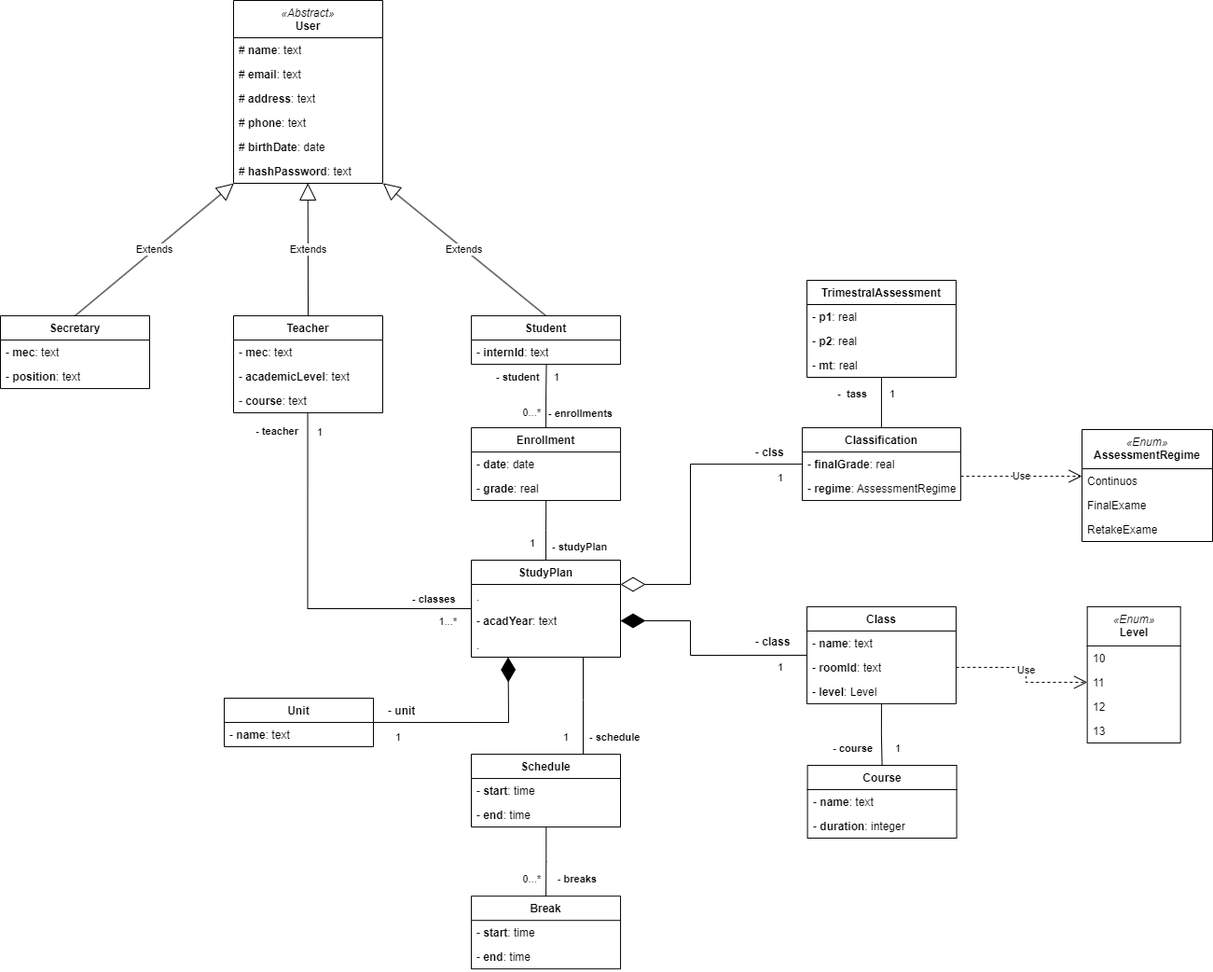
This is documentation/data-model.drawio.png from Joaquim-Claudio/Imptel-Online_P.D.S-2024-2025, a draw.io export, as it was before one commit. Source tidied: cells renumbered, new cells last; positions are measured from the earlier drawing's top-left corner, leaving out a move shared by most shapes.
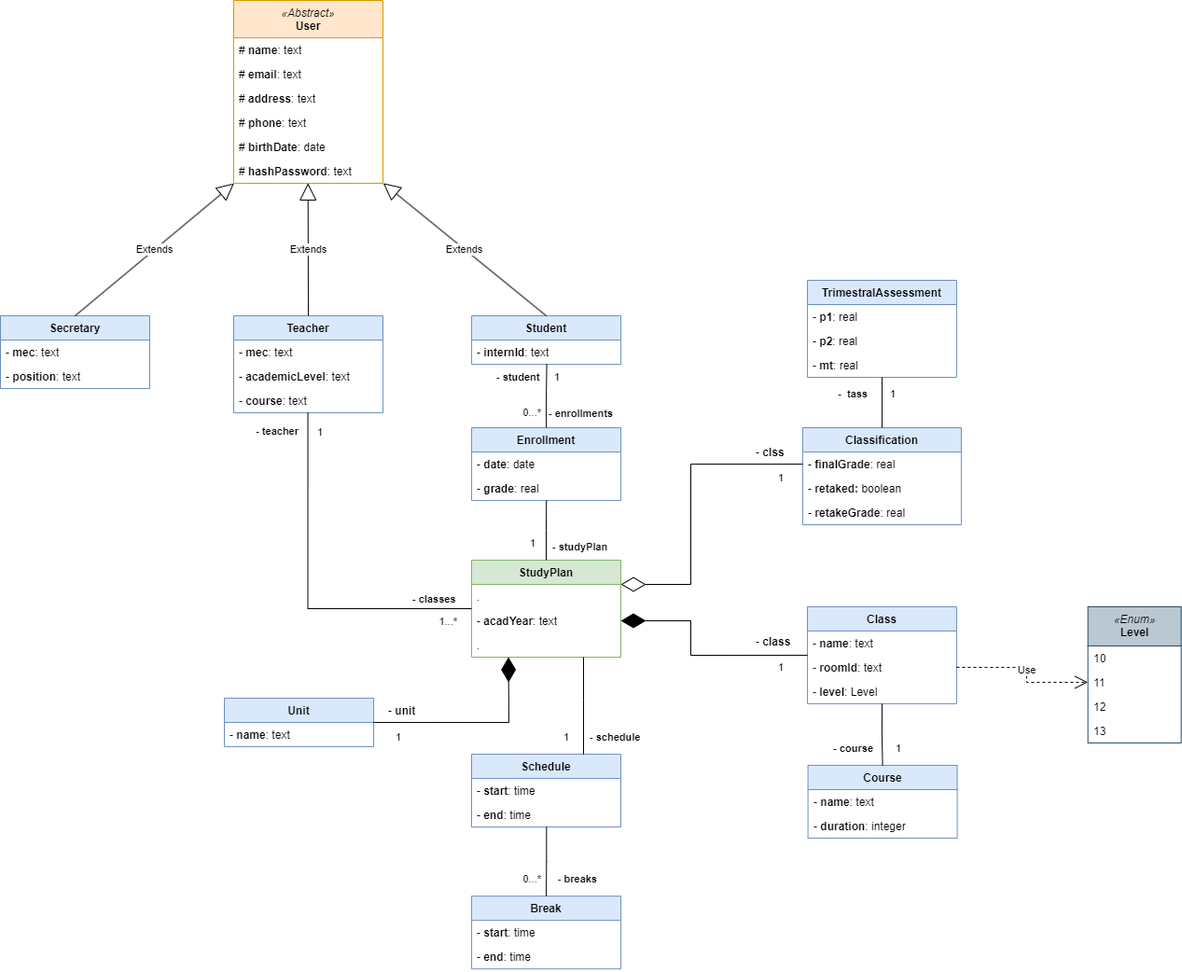
After the commit.

Commit message:
Arquitecture design added.

Diff of the diagram source:
```diff
@@ -2,7 +2,7 @@
   <root>
     <mxCell id="0" />
     <mxCell id="1" parent="0" />
-    <mxCell id="2" value="&lt;div&gt;&lt;i style=&quot;font-weight: normal;&quot;&gt;«Abstract»&lt;/i&gt;&lt;/div&gt;User" style="swimlane;fontStyle=1;align=center;verticalAlign=top;horizontal=1;startSize=40;whiteSpace=wrap;html=1;" parent="1" vertex="1">
+    <mxCell id="2" value="&lt;div&gt;&lt;i style=&quot;font-weight: normal;&quot;&gt;«Abstract»&lt;/i&gt;&lt;/div&gt;User" style="swimlane;fontStyle=1;align=center;verticalAlign=top;horizontal=1;startSize=40;whiteSpace=wrap;html=1;fillColor=#ffe6cc;strokeColor=#d79b00;" parent="1" vertex="1">
       <mxGeometry x="250" width="160" height="196" as="geometry" />
     </mxCell>
     <mxCell id="3" value="# &lt;b&gt;name&lt;/b&gt;: text" style="text;strokeColor=none;fillColor=none;align=left;verticalAlign=top;spacingLeft=4;spacingRight=4;overflow=hidden;whiteSpace=wrap;html=1;" parent="2" vertex="1">
@@ -23,7 +23,7 @@
     <mxCell id="8" value="# &lt;b&gt;hashPassword&lt;/b&gt;: text" style="text;strokeColor=none;fillColor=none;align=left;verticalAlign=top;spacingLeft=4;spacingRight=4;overflow=hidden;points=[[0,0.5],[1,0.5]];portConstraint=eastwest;whiteSpace=wrap;html=1;" parent="2" vertex="1">
       <mxGeometry y="170" width="160" height="26" as="geometry" />
     </mxCell>
-    <mxCell id="9" value="Secretary" style="swimlane;fontStyle=1;align=center;verticalAlign=top;horizontal=1;startSize=26;whiteSpace=wrap;html=1;" parent="1" vertex="1">
+    <mxCell id="9" value="Secretary" style="swimlane;fontStyle=1;align=center;verticalAlign=top;horizontal=1;startSize=26;whiteSpace=wrap;html=1;fillColor=#dae8fc;strokeColor=#6c8ebf;" parent="1" vertex="1">
       <mxGeometry y="338.1" width="160" height="78" as="geometry" />
     </mxCell>
     <mxCell id="10" value="- &lt;b&gt;mec&lt;/b&gt;: text" style="text;strokeColor=none;fillColor=none;align=left;verticalAlign=top;spacingLeft=4;spacingRight=4;overflow=hidden;whiteSpace=wrap;html=1;" parent="9" vertex="1">
@@ -32,13 +32,13 @@
     <mxCell id="11" value="- &lt;b&gt;position&lt;/b&gt;: text" style="text;strokeColor=none;fillColor=none;align=left;verticalAlign=top;spacingLeft=4;spacingRight=4;overflow=hidden;whiteSpace=wrap;html=1;" parent="9" vertex="1">
       <mxGeometry y="52" width="160" height="26" as="geometry" />
     </mxCell>
-    <mxCell id="12" value="Student" style="swimlane;fontStyle=1;align=center;verticalAlign=top;horizontal=1;startSize=26;whiteSpace=wrap;html=1;" parent="1" vertex="1">
+    <mxCell id="12" value="Student" style="swimlane;fontStyle=1;align=center;verticalAlign=top;horizontal=1;startSize=26;whiteSpace=wrap;html=1;fillColor=#dae8fc;strokeColor=#6c8ebf;" parent="1" vertex="1">
       <mxGeometry x="505.1" y="338.1" width="160" height="52" as="geometry" />
     </mxCell>
     <mxCell id="13" value="-&lt;b&gt; internId&lt;/b&gt;: text" style="text;strokeColor=none;fillColor=none;align=left;verticalAlign=top;spacingLeft=4;spacingRight=4;overflow=hidden;whiteSpace=wrap;html=1;" parent="12" vertex="1">
       <mxGeometry y="26" width="160" height="26" as="geometry" />
     </mxCell>
-    <mxCell id="14" value="Teacher" style="swimlane;fontStyle=1;align=center;verticalAlign=top;horizontal=1;startSize=26;whiteSpace=wrap;html=1;" parent="1" vertex="1">
+    <mxCell id="14" value="Teacher" style="swimlane;fontStyle=1;align=center;verticalAlign=top;horizontal=1;startSize=26;whiteSpace=wrap;html=1;fillColor=#dae8fc;strokeColor=#6c8ebf;" parent="1" vertex="1">
       <mxGeometry x="250" y="338.1" width="160" height="104" as="geometry" />
     </mxCell>
     <mxCell id="15" value="- &lt;b&gt;mec&lt;/b&gt;: text&amp;nbsp;" style="text;strokeColor=none;fillColor=none;align=left;verticalAlign=top;spacingLeft=4;spacingRight=4;overflow=hidden;whiteSpace=wrap;html=1;" parent="14" vertex="1">
@@ -50,7 +50,7 @@
     <mxCell id="17" value="- &lt;b&gt;course&lt;/b&gt;: text&amp;nbsp;" style="text;strokeColor=none;fillColor=none;align=left;verticalAlign=top;spacingLeft=4;spacingRight=4;overflow=hidden;points=[[0,0.5],[1,0.5]];portConstraint=eastwest;whiteSpace=wrap;html=1;" parent="14" vertex="1">
       <mxGeometry y="78" width="160" height="26" as="geometry" />
     </mxCell>
-    <mxCell id="18" value="StudyPlan" style="swimlane;fontStyle=1;align=center;verticalAlign=top;horizontal=1;startSize=26;whiteSpace=wrap;html=1;" parent="1" vertex="1">
+    <mxCell id="18" value="StudyPlan" style="swimlane;fontStyle=1;align=center;verticalAlign=top;horizontal=1;startSize=26;whiteSpace=wrap;html=1;fillColor=#d5e8d4;strokeColor=#82b366;" parent="1" vertex="1">
       <mxGeometry x="505" y="600" width="160" height="104" as="geometry" />
     </mxCell>
     <mxCell id="19" value="." style="text;strokeColor=none;fillColor=none;align=left;verticalAlign=top;spacingLeft=4;spacingRight=4;overflow=hidden;whiteSpace=wrap;html=1;" parent="18" vertex="1">
@@ -62,7 +62,7 @@
     <mxCell id="21" value="." style="text;strokeColor=none;fillColor=none;align=left;verticalAlign=top;spacingLeft=4;spacingRight=4;overflow=hidden;points=[[0,0.5],[1,0.5]];portConstraint=eastwest;whiteSpace=wrap;html=1;" parent="18" vertex="1">
       <mxGeometry y="78" width="160" height="26" as="geometry" />
     </mxCell>
-    <mxCell id="22" value="Class" style="swimlane;fontStyle=1;align=center;verticalAlign=top;horizontal=1;startSize=26;whiteSpace=wrap;html=1;" parent="1" vertex="1">
+    <mxCell id="22" value="Class" style="swimlane;fontStyle=1;align=center;verticalAlign=top;horizontal=1;startSize=26;whiteSpace=wrap;html=1;fillColor=#dae8fc;strokeColor=#6c8ebf;" parent="1" vertex="1">
       <mxGeometry x="864.9" y="649.9" width="160" height="104" as="geometry" />
     </mxCell>
     <mxCell id="23" value="- &lt;b&gt;name&lt;/b&gt;: text" style="text;strokeColor=none;fillColor=none;align=left;verticalAlign=top;spacingLeft=4;spacingRight=4;overflow=hidden;whiteSpace=wrap;html=1;" parent="22" vertex="1">
@@ -74,7 +74,7 @@
     <mxCell id="25" value="- &lt;b&gt;level&lt;/b&gt;: Level" style="text;strokeColor=none;fillColor=none;align=left;verticalAlign=top;spacingLeft=4;spacingRight=4;overflow=hidden;whiteSpace=wrap;html=1;" parent="22" vertex="1">
       <mxGeometry y="78" width="160" height="26" as="geometry" />
     </mxCell>
-    <mxCell id="26" value="Course" style="swimlane;fontStyle=1;align=center;verticalAlign=top;horizontal=1;startSize=26;whiteSpace=wrap;html=1;" parent="1" vertex="1">
+    <mxCell id="26" value="Course" style="swimlane;fontStyle=1;align=center;verticalAlign=top;horizontal=1;startSize=26;whiteSpace=wrap;html=1;fillColor=#dae8fc;strokeColor=#6c8ebf;" parent="1" vertex="1">
       <mxGeometry x="865.6" y="820" width="160" height="78" as="geometry" />
     </mxCell>
     <mxCell id="27" value="- &lt;b&gt;name&lt;/b&gt;: text" style="text;strokeColor=none;fillColor=none;align=left;verticalAlign=top;spacingLeft=4;spacingRight=4;overflow=hidden;whiteSpace=wrap;html=1;" parent="26" vertex="1">
@@ -83,7 +83,7 @@
     <mxCell id="28" value="- &lt;b&gt;duration&lt;/b&gt;: integer" style="text;strokeColor=none;fillColor=none;align=left;verticalAlign=top;spacingLeft=4;spacingRight=4;overflow=hidden;whiteSpace=wrap;html=1;" parent="26" vertex="1">
       <mxGeometry y="52" width="160" height="26" as="geometry" />
     </mxCell>
-    <mxCell id="29" value="Enrollment" style="swimlane;fontStyle=1;align=center;verticalAlign=top;horizontal=1;startSize=26;whiteSpace=wrap;html=1;" parent="1" vertex="1">
+    <mxCell id="29" value="Enrollment" style="swimlane;fontStyle=1;align=center;verticalAlign=top;horizontal=1;startSize=26;whiteSpace=wrap;html=1;fillColor=#dae8fc;strokeColor=#6c8ebf;" parent="1" vertex="1">
       <mxGeometry x="505.1" y="458.1" width="160" height="78" as="geometry" />
     </mxCell>
     <mxCell id="30" value="- &lt;b&gt;date&lt;/b&gt;: date" style="text;strokeColor=none;fillColor=none;align=left;verticalAlign=top;spacingLeft=4;spacingRight=4;overflow=hidden;whiteSpace=wrap;html=1;" parent="29" vertex="1">
@@ -95,7 +95,7 @@
     <mxCell id="32" value="Extends" style="endArrow=block;endSize=16;endFill=0;html=1;rounded=0;entryX=0.002;entryY=1.004;entryDx=0;entryDy=0;entryPerimeter=0;exitX=0.5;exitY=0;exitDx=0;exitDy=0;" parent="1" edge="1" source="9" target="8">
       <mxGeometry relative="1" as="geometry" />
     </mxCell>
-    <mxCell id="33" value="Unit" style="swimlane;fontStyle=1;align=center;verticalAlign=top;horizontal=1;startSize=26;whiteSpace=wrap;html=1;" parent="1" vertex="1">
+    <mxCell id="33" value="Unit" style="swimlane;fontStyle=1;align=center;verticalAlign=top;horizontal=1;startSize=26;whiteSpace=wrap;html=1;fillColor=#dae8fc;strokeColor=#6c8ebf;" parent="1" vertex="1">
       <mxGeometry x="240" y="747.9" width="160" height="52" as="geometry" />
     </mxCell>
     <mxCell id="34" value="- &lt;b&gt;name&lt;/b&gt;: text" style="text;strokeColor=none;fillColor=none;align=left;verticalAlign=top;spacingLeft=4;spacingRight=4;overflow=hidden;whiteSpace=wrap;html=1;" parent="33" vertex="1">
@@ -170,16 +170,19 @@
         <mxPoint x="-10" y="-10" as="offset" />
       </mxGeometry>
     </mxCell>
-    <mxCell id="49" value="Classification" style="swimlane;fontStyle=1;align=center;verticalAlign=top;horizontal=1;startSize=26;whiteSpace=wrap;html=1;" parent="1" vertex="1">
-      <mxGeometry x="859.9" y="458.1" width="170" height="78" as="geometry" />
+    <mxCell id="49" value="Classification" style="swimlane;fontStyle=1;align=center;verticalAlign=top;horizontal=1;startSize=26;whiteSpace=wrap;html=1;fillColor=#dae8fc;strokeColor=#6c8ebf;" parent="1" vertex="1">
+      <mxGeometry x="859.9" y="458.1" width="170" height="104" as="geometry" />
     </mxCell>
     <mxCell id="50" value="- &lt;b&gt;finalGrade&lt;/b&gt;: real" style="text;strokeColor=none;fillColor=none;align=left;verticalAlign=top;spacingLeft=4;spacingRight=4;overflow=hidden;points=[[0,0.5],[1,0.5]];portConstraint=eastwest;whiteSpace=wrap;html=1;" parent="49" vertex="1">
       <mxGeometry y="26" width="170" height="26" as="geometry" />
     </mxCell>
-    <mxCell id="51" value="- &lt;b&gt;regime&lt;/b&gt;: AssessmentRegime" style="text;strokeColor=none;fillColor=none;align=left;verticalAlign=top;spacingLeft=4;spacingRight=4;overflow=hidden;whiteSpace=wrap;html=1;" parent="49" vertex="1">
+    <mxCell id="51" value="- &lt;b&gt;retaked: &lt;/b&gt;boolean" style="text;strokeColor=none;fillColor=none;align=left;verticalAlign=top;spacingLeft=4;spacingRight=4;overflow=hidden;whiteSpace=wrap;html=1;" parent="49" vertex="1">
       <mxGeometry y="52" width="170" height="26" as="geometry" />
     </mxCell>
+    <mxCell id="95" value="- &lt;b&gt;retakeGrade&lt;/b&gt;: real" style="text;strokeColor=none;fillColor=none;align=left;verticalAlign=top;spacingLeft=4;spacingRight=4;overflow=hidden;whiteSpace=wrap;html=1;" parent="49" vertex="1">
+      <mxGeometry y="78" width="170" height="26" as="geometry" />
+    </mxCell>
-    <mxCell id="52" value="TrimestralAssessment" style="swimlane;fontStyle=1;align=center;verticalAlign=top;horizontal=1;startSize=26;whiteSpace=wrap;html=1;" parent="1" vertex="1">
+    <mxCell id="52" value="TrimestralAssessment" style="swimlane;fontStyle=1;align=center;verticalAlign=top;horizontal=1;startSize=26;whiteSpace=wrap;html=1;fillColor=#dae8fc;strokeColor=#6c8ebf;" parent="1" vertex="1">
       <mxGeometry x="864.9" y="300" width="160" height="104" as="geometry" />
     </mxCell>
     <mxCell id="53" value="- &lt;b&gt;p1&lt;/b&gt;: real" style="text;strokeColor=none;fillColor=none;align=left;verticalAlign=top;spacingLeft=4;spacingRight=4;overflow=hidden;whiteSpace=wrap;html=1;" parent="52" vertex="1">
@@ -207,7 +210,7 @@
         </Array>
       </mxGeometry>
     </mxCell>
-    <mxCell id="59" value="Schedule" style="swimlane;fontStyle=1;align=center;verticalAlign=top;horizontal=1;startSize=26;whiteSpace=wrap;html=1;" parent="1" vertex="1">
+    <mxCell id="59" value="Schedule" style="swimlane;fontStyle=1;align=center;verticalAlign=top;horizontal=1;startSize=26;whiteSpace=wrap;html=1;fillColor=#dae8fc;strokeColor=#6c8ebf;" parent="1" vertex="1">
       <mxGeometry x="505" y="808" width="160" height="78" as="geometry" />
     </mxCell>
     <mxCell id="60" value="- &lt;b&gt;start&lt;/b&gt;: time" style="text;strokeColor=none;fillColor=none;align=left;verticalAlign=top;spacingLeft=4;spacingRight=4;overflow=hidden;whiteSpace=wrap;html=1;" parent="59" vertex="1">
@@ -247,28 +250,13 @@
     <mxCell id="69" value="1" style="edgeLabel;html=1;align=right;verticalAlign=bottom;" parent="1" vertex="1">
       <mxGeometry x="960" y="430" as="geometry" />
     </mxCell>
-    <mxCell id="70" value="&lt;div&gt;&lt;i style=&quot;font-weight: normal;&quot;&gt;«Enum»&lt;/i&gt;&lt;/div&gt;&lt;div&gt;&lt;span style=&quot;text-align: left;&quot;&gt;AssessmentRegime&lt;/span&gt;&lt;/div&gt;" style="swimlane;fontStyle=1;align=center;verticalAlign=top;horizontal=1;startSize=42;whiteSpace=wrap;html=1;" parent="1" vertex="1">
-      <mxGeometry x="1160" y="460" width="140" height="120" as="geometry" />
-    </mxCell>
-    <mxCell id="71" value="Continuos" style="text;strokeColor=none;fillColor=none;align=left;verticalAlign=top;spacingLeft=4;spacingRight=4;overflow=hidden;points=[[0,0.5],[1,0.5]];portConstraint=eastwest;whiteSpace=wrap;html=1;" parent="70" vertex="1">
-      <mxGeometry y="42" width="140" height="26" as="geometry" />
-    </mxCell>
-    <mxCell id="72" value="FinalExame" style="text;strokeColor=none;fillColor=none;align=left;verticalAlign=top;spacingLeft=4;spacingRight=4;overflow=hidden;whiteSpace=wrap;html=1;" parent="70" vertex="1">
-      <mxGeometry y="68" width="140" height="26" as="geometry" />
-    </mxCell>
-    <mxCell id="73" value="RetakeExame" style="text;strokeColor=none;fillColor=none;align=left;verticalAlign=top;spacingLeft=4;spacingRight=4;overflow=hidden;whiteSpace=wrap;html=1;" parent="70" vertex="1">
-      <mxGeometry y="94" width="140" height="26" as="geometry" />
-    </mxCell>
-    <mxCell id="74" value="Use" style="endArrow=open;endSize=12;dashed=1;html=1;rounded=0;exitX=1;exitY=0.998;exitDx=0;exitDy=0;exitPerimeter=0;entryX=0;entryY=0.308;entryDx=0;entryDy=0;entryPerimeter=0;" parent="1" edge="1" source="50" target="71">
-      <mxGeometry relative="1" as="geometry" />
-    </mxCell>
     <mxCell id="75" value="- &lt;b&gt;class&lt;/b&gt;" style="text;strokeColor=none;fillColor=none;align=left;verticalAlign=top;spacingLeft=4;spacingRight=4;overflow=hidden;whiteSpace=wrap;html=1;" parent="1" vertex="1">
       <mxGeometry x="804.4" y="674" width="50.1" height="26" as="geometry" />
     </mxCell>
     <mxCell id="76" value="1" style="edgeLabel;html=1;align=right;verticalAlign=bottom;" parent="1" vertex="1">
       <mxGeometry x="840" y="722.9" as="geometry" />
     </mxCell>
-    <mxCell id="77" value="&lt;div&gt;&lt;i style=&quot;font-weight: normal;&quot;&gt;«Enum»&lt;/i&gt;&lt;/div&gt;&lt;div&gt;&lt;span style=&quot;text-align: left;&quot;&gt;Level&lt;/span&gt;&lt;/div&gt;" style="swimlane;fontStyle=1;align=center;verticalAlign=top;horizontal=1;startSize=42;whiteSpace=wrap;html=1;" parent="1" vertex="1">
+    <mxCell id="77" value="&lt;div&gt;&lt;i style=&quot;font-weight: normal;&quot;&gt;«Enum»&lt;/i&gt;&lt;/div&gt;&lt;div&gt;&lt;span style=&quot;text-align: left;&quot;&gt;Level&lt;/span&gt;&lt;/div&gt;" style="swimlane;fontStyle=1;align=center;verticalAlign=top;horizontal=1;startSize=42;whiteSpace=wrap;html=1;fillColor=#bac8d3;strokeColor=#23445d;" parent="1" vertex="1">
       <mxGeometry x="1165.6" y="649.9" width="100" height="146" as="geometry" />
     </mxCell>
     <mxCell id="78" value="10" style="text;strokeColor=none;fillColor=none;align=left;verticalAlign=top;spacingLeft=4;spacingRight=4;overflow=hidden;whiteSpace=wrap;html=1;" parent="77" vertex="1">
@@ -289,7 +277,7 @@
     <mxCell id="83" value="1" style="edgeLabel;html=1;align=right;verticalAlign=bottom;" parent="1" vertex="1">
       <mxGeometry x="610" y="798" as="geometry" />
     </mxCell>
-    <mxCell id="84" value="Break" style="swimlane;fontStyle=1;align=center;verticalAlign=top;horizontal=1;startSize=26;whiteSpace=wrap;html=1;" parent="1" vertex="1">
+    <mxCell id="84" value="Break" style="swimlane;fontStyle=1;align=center;verticalAlign=top;horizontal=1;startSize=26;whiteSpace=wrap;html=1;fillColor=#dae8fc;strokeColor=#6c8ebf;" parent="1" vertex="1">
       <mxGeometry x="505.1" y="960.2" width="160" height="78" as="geometry" />
     </mxCell>
     <mxCell id="85" value="- &lt;b&gt;start&lt;/b&gt;: time" style="text;strokeColor=none;fillColor=none;align=left;verticalAlign=top;spacingLeft=4;spacingRight=4;overflow=hidden;whiteSpace=wrap;html=1;" parent="84" vertex="1">
```
